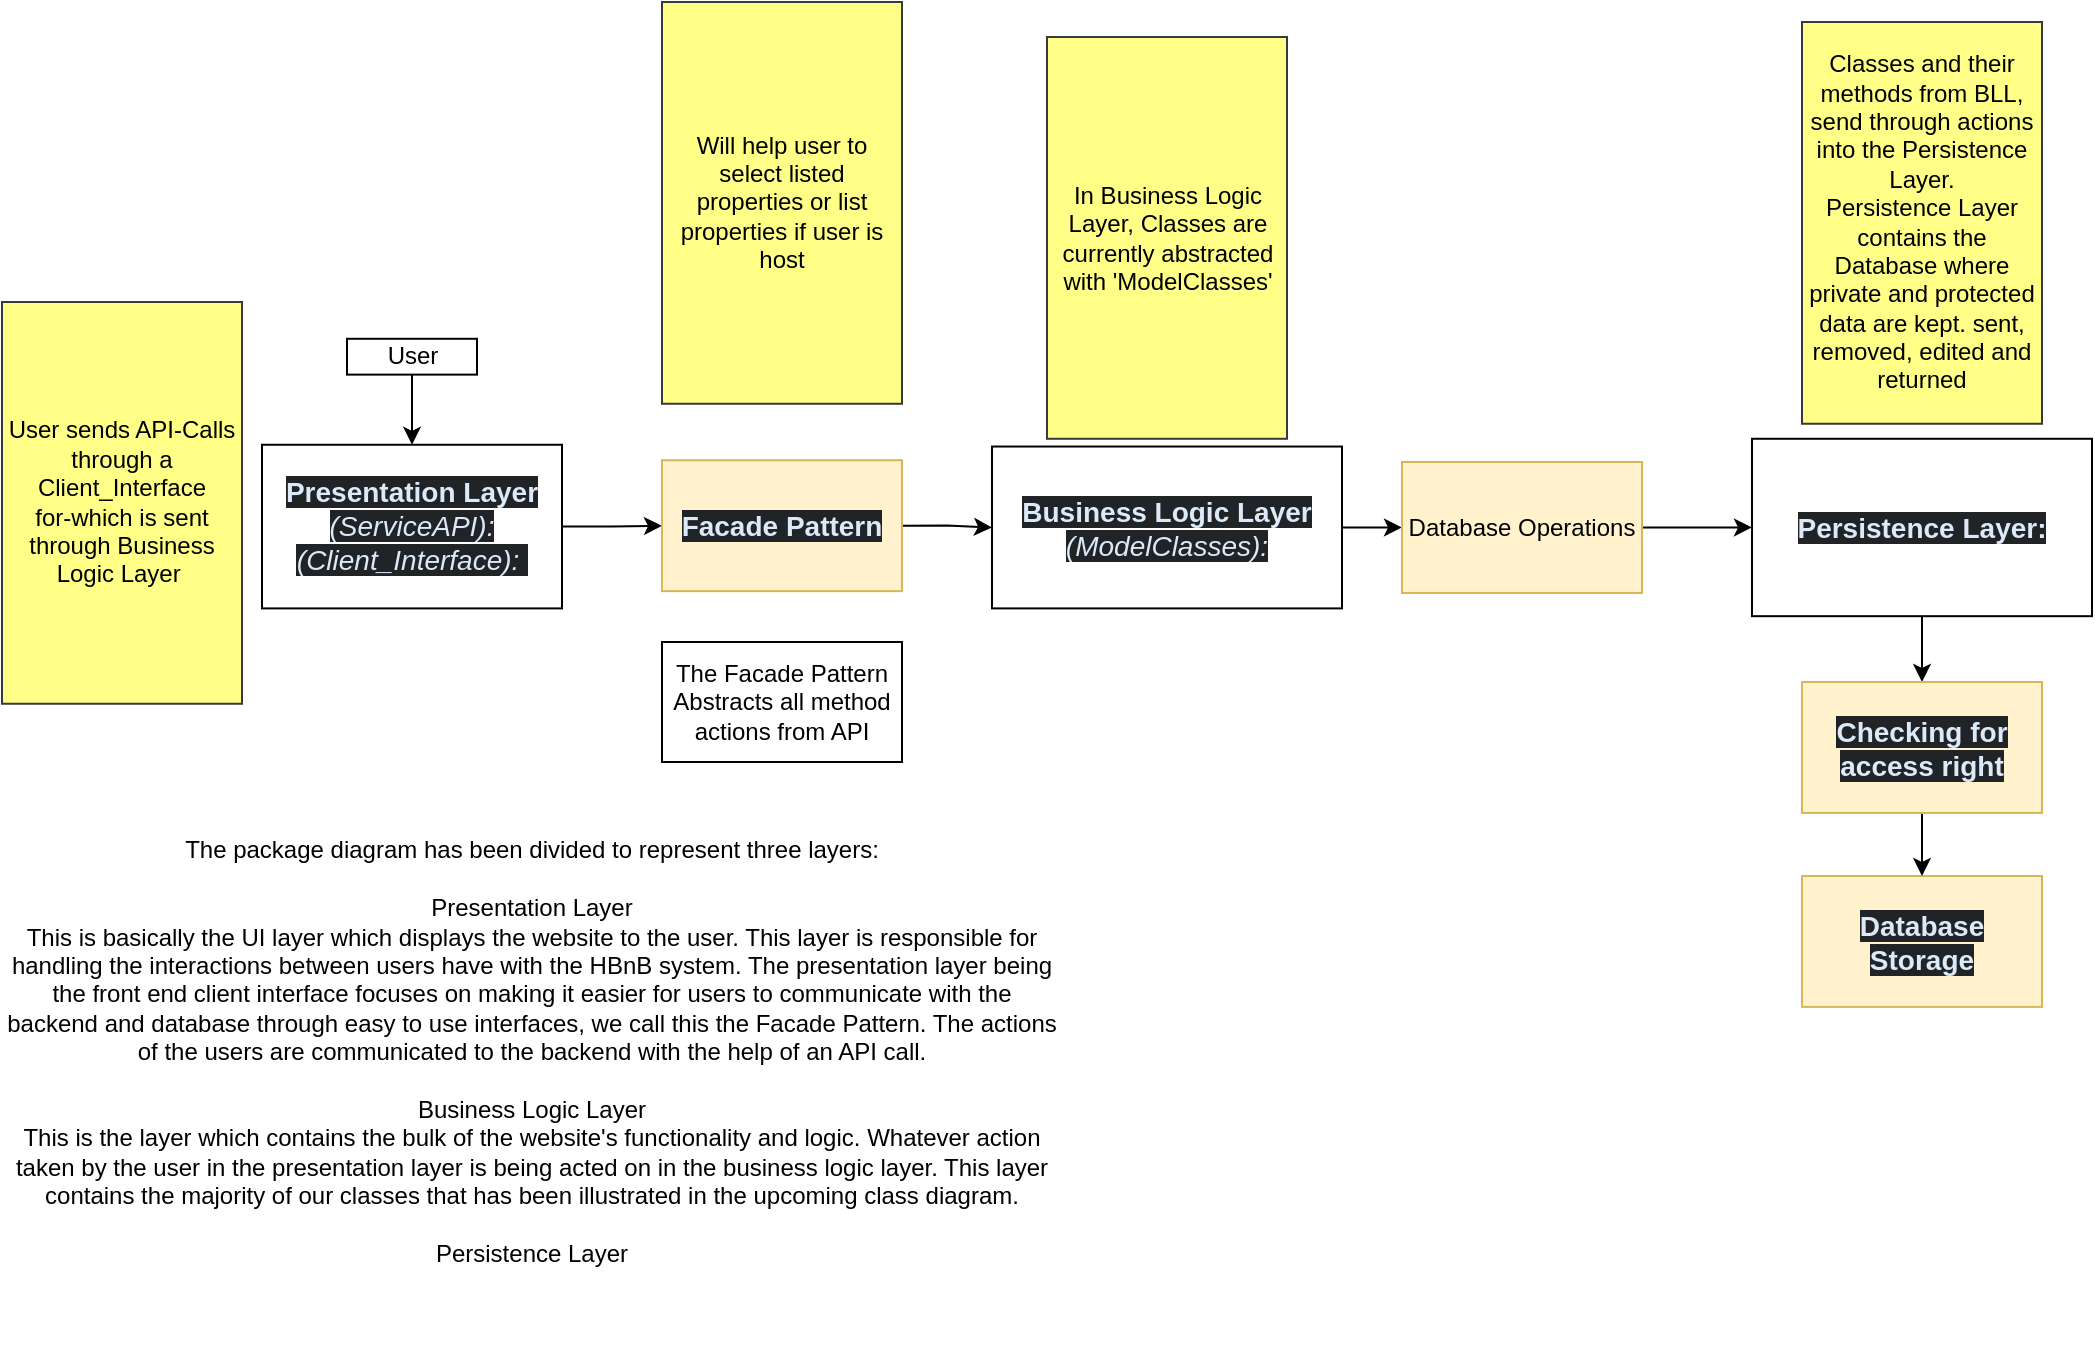
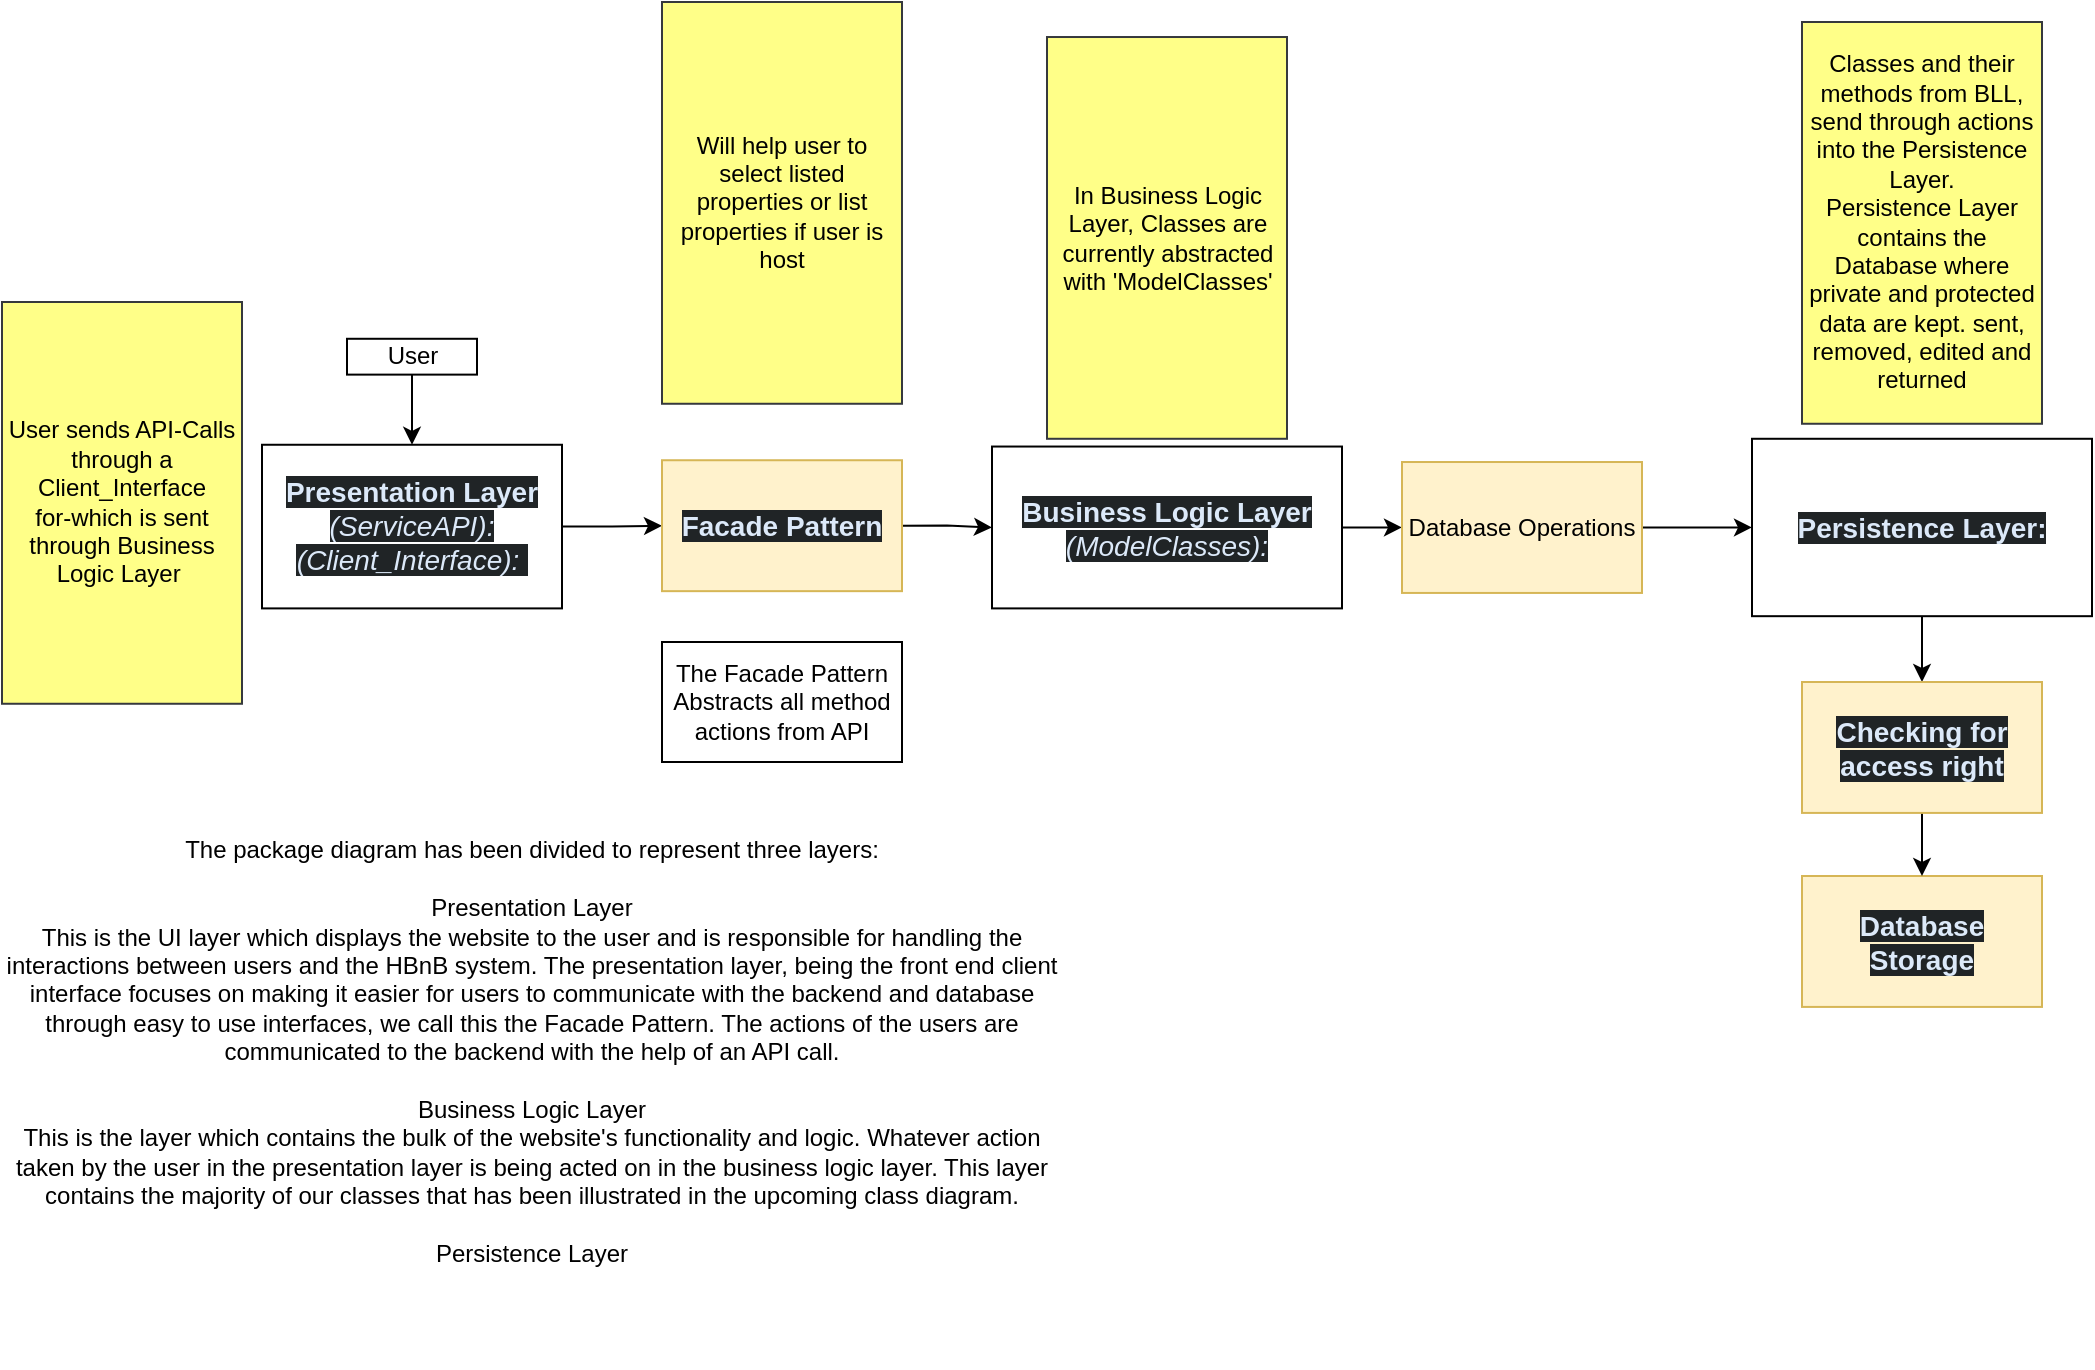
<mxfile host="app.diagrams.net">
  <diagram name="Page-1" id="2KrW7VEhyqmw7Nx4Ttr-">
-     <mxGraphModel dx="1117" dy="626" grid="1" gridSize="10" guides="1" tooltips="1" connect="1" arrows="1" fold="1" page="1" pageScale="1" pageWidth="850" pageHeight="1100" math="0" shadow="0">
+     <mxGraphModel dx="599" dy="767" grid="1" gridSize="10" guides="1" tooltips="1" connect="1" arrows="1" fold="1" page="1" pageScale="1" pageWidth="850" pageHeight="1100" math="0" shadow="0">
      <root>
        <mxCell id="0" />
        <mxCell id="1" parent="0" />
        <mxCell id="vZHe2jEZJALmbnLdjFB--106" edge="1" parent="1" source="vZHe2jEZJALmbnLdjFB--105" style="edgeStyle=orthogonalEdgeStyle;rounded=0;orthogonalLoop=1;jettySize=auto;html=1;entryX=0.5;entryY=0;entryDx=0;entryDy=0;exitX=0.5;exitY=1;exitDx=0;exitDy=0;" target="vZHe2jEZJALmbnLdjFB--6" value="">
          <mxGeometry relative="1" as="geometry">
            <mxPoint x="360" y="250" as="sourcePoint" />
          </mxGeometry>
        </mxCell>
        <mxCell id="vZHe2jEZJALmbnLdjFB--6" parent="1" style="rounded=0;whiteSpace=wrap;html=1;" value="&lt;strong style=&quot;box-sizing: border-box; font-weight: bold; scrollbar-color: rgb(95, 99, 104) rgb(49, 54, 60); color: rgb(220, 233, 249); font-family: aktiv-grotesk, sans-serif; font-size: 14px; text-align: start; background-color: rgb(32, 36, 38);&quot;&gt;Presentation Layer &lt;/strong&gt;&lt;span style=&quot;box-sizing: border-box; scrollbar-color: rgb(95, 99, 104) rgb(49, 54, 60); color: rgb(220, 233, 249); font-family: aktiv-grotesk, sans-serif; font-size: 14px; text-align: start; background-color: rgb(32, 36, 38);&quot;&gt;&lt;i&gt;(ServiceAPI):&lt;/i&gt;&lt;/span&gt;&lt;div&gt;&lt;span style=&quot;color: rgb(220, 233, 249); font-family: aktiv-grotesk, sans-serif; font-size: 14px; text-align: start; background-color: rgb(32, 36, 38);&quot;&gt;&lt;i&gt;(Client_Interface):&amp;nbsp;&lt;/i&gt;&lt;/span&gt;&lt;/div&gt;" vertex="1">
          <mxGeometry height="81.82" width="150" x="400" y="301.38" as="geometry" />
        </mxCell>
        <mxCell id="vZHe2jEZJALmbnLdjFB--8" edge="1" parent="1" source="vZHe2jEZJALmbnLdjFB--10" style="edgeStyle=orthogonalEdgeStyle;rounded=0;orthogonalLoop=1;jettySize=auto;html=1;exitX=1;exitY=0.5;exitDx=0;exitDy=0;entryX=0;entryY=0.5;entryDx=0;entryDy=0;" target="vZHe2jEZJALmbnLdjFB--39">
          <mxGeometry relative="1" as="geometry" />
        </mxCell>
        <mxCell id="vZHe2jEZJALmbnLdjFB--10" parent="1" style="rounded=0;whiteSpace=wrap;html=1;" value="&lt;span style=&quot;box-sizing: border-box; scrollbar-color: rgb(95, 99, 104) rgb(49, 54, 60); color: rgb(220, 233, 249); font-family: aktiv-grotesk, sans-serif; font-size: 14px; text-align: start; background-color: rgb(32, 36, 38);&quot;&gt;&lt;b&gt;Business Logic Layer &lt;/b&gt;&lt;i style=&quot;&quot;&gt;(ModelClasses):&lt;/i&gt;&lt;/span&gt;" vertex="1">
          <mxGeometry height="80.93" width="175" x="765" y="302.27" as="geometry" />
        </mxCell>
        <mxCell id="vZHe2jEZJALmbnLdjFB--11" edge="1" parent="1" source="vZHe2jEZJALmbnLdjFB--12" style="edgeStyle=orthogonalEdgeStyle;rounded=0;orthogonalLoop=1;jettySize=auto;html=1;exitX=0.5;exitY=1;exitDx=0;exitDy=0;entryX=0.5;entryY=0;entryDx=0;entryDy=0;" target="vZHe2jEZJALmbnLdjFB--102">
          <mxGeometry relative="1" as="geometry" />
        </mxCell>
        <mxCell id="vZHe2jEZJALmbnLdjFB--12" parent="1" style="rounded=0;whiteSpace=wrap;html=1;" value="&lt;strong style=&quot;box-sizing: border-box; font-weight: bold; scrollbar-color: rgb(95, 99, 104) rgb(49, 54, 60); color: rgb(220, 233, 249); font-family: aktiv-grotesk, sans-serif; font-size: 14px; text-align: start; background-color: rgb(32, 36, 38);&quot;&gt;Persistence Layer:&lt;/strong&gt;" vertex="1">
          <mxGeometry height="88.7" width="170" x="1145" y="298.39" as="geometry" />
        </mxCell>
        <mxCell id="vZHe2jEZJALmbnLdjFB--29" parent="1" style="rounded=0;whiteSpace=wrap;html=1;align=center;fillColor=#fff2cc;strokeColor=#d6b656;" value="&lt;div style=&quot;&quot;&gt;&lt;font color=&quot;#dce9f9&quot; face=&quot;aktiv-grotesk, sans-serif&quot;&gt;&lt;span style=&quot;font-size: 14px; background-color: rgb(32, 36, 38);&quot;&gt;&lt;b&gt;Database&lt;br&gt;Storage&lt;/b&gt;&lt;/span&gt;&lt;/font&gt;&lt;/div&gt;" vertex="1">
          <mxGeometry height="65.46" width="120" x="1170" y="517" as="geometry" />
        </mxCell>
        <mxCell id="vZHe2jEZJALmbnLdjFB--35" edge="1" parent="1" source="vZHe2jEZJALmbnLdjFB--37" style="edgeStyle=orthogonalEdgeStyle;rounded=0;orthogonalLoop=1;jettySize=auto;html=1;exitX=1;exitY=0.5;exitDx=0;exitDy=0;" target="vZHe2jEZJALmbnLdjFB--10">
          <mxGeometry relative="1" as="geometry">
            <mxPoint x="750" y="339.5700000000001" as="sourcePoint" />
          </mxGeometry>
        </mxCell>
        <mxCell id="vZHe2jEZJALmbnLdjFB--36" edge="1" parent="1" source="vZHe2jEZJALmbnLdjFB--6" style="edgeStyle=orthogonalEdgeStyle;rounded=0;orthogonalLoop=1;jettySize=auto;html=1;exitX=1;exitY=0.5;exitDx=0;exitDy=0;entryX=0;entryY=0.5;entryDx=0;entryDy=0;" target="vZHe2jEZJALmbnLdjFB--37">
          <mxGeometry relative="1" as="geometry">
            <mxPoint x="575" y="430" as="targetPoint" />
          </mxGeometry>
        </mxCell>
        <mxCell id="vZHe2jEZJALmbnLdjFB--37" parent="1" style="rounded=0;whiteSpace=wrap;html=1;align=center;fillColor=#fff2cc;strokeColor=#d6b656;" value="&lt;div style=&quot;&quot;&gt;&lt;font color=&quot;#dce9f9&quot; face=&quot;aktiv-grotesk, sans-serif&quot;&gt;&lt;span style=&quot;font-size: 14px; background-color: rgb(32, 36, 38);&quot;&gt;&lt;b&gt;Facade Pattern&lt;/b&gt;&lt;/span&gt;&lt;/font&gt;&lt;/div&gt;" vertex="1">
          <mxGeometry height="65.46" width="120" x="600" y="309.11999999999995" as="geometry" />
        </mxCell>
        <mxCell id="vZHe2jEZJALmbnLdjFB--38" edge="1" parent="1" source="vZHe2jEZJALmbnLdjFB--39" style="edgeStyle=orthogonalEdgeStyle;rounded=0;orthogonalLoop=1;jettySize=auto;html=1;exitX=1;exitY=0.5;exitDx=0;exitDy=0;entryX=0;entryY=0.5;entryDx=0;entryDy=0;" target="vZHe2jEZJALmbnLdjFB--12">
          <mxGeometry relative="1" as="geometry" />
        </mxCell>
        <mxCell id="vZHe2jEZJALmbnLdjFB--39" parent="1" style="rounded=0;whiteSpace=wrap;html=1;align=center;fillColor=#fff2cc;strokeColor=#d6b656;" value="Database Operations" vertex="1">
          <mxGeometry height="65.46" width="120" x="970" y="310.01" as="geometry" />
        </mxCell>
        <mxCell id="vZHe2jEZJALmbnLdjFB--101" edge="1" parent="1" source="vZHe2jEZJALmbnLdjFB--102" style="edgeStyle=orthogonalEdgeStyle;rounded=0;orthogonalLoop=1;jettySize=auto;html=1;exitX=0.5;exitY=1;exitDx=0;exitDy=0;entryX=0.5;entryY=0;entryDx=0;entryDy=0;" target="vZHe2jEZJALmbnLdjFB--29">
          <mxGeometry relative="1" as="geometry">
            <mxPoint x="1460" y="530" as="targetPoint" />
          </mxGeometry>
        </mxCell>
        <mxCell id="vZHe2jEZJALmbnLdjFB--102" parent="1" style="rounded=0;whiteSpace=wrap;html=1;align=center;fillColor=#fff2cc;strokeColor=#d6b656;" value="&lt;div style=&quot;&quot;&gt;&lt;font color=&quot;#dce9f9&quot; face=&quot;aktiv-grotesk, sans-serif&quot;&gt;&lt;span style=&quot;font-size: 14px; background-color: rgb(32, 36, 38);&quot;&gt;&lt;b&gt;Checking for access right&lt;/b&gt;&lt;/span&gt;&lt;/font&gt;&lt;/div&gt;" vertex="1">
          <mxGeometry height="65.46" width="120" x="1170" y="420" as="geometry" />
        </mxCell>
        <mxCell id="vZHe2jEZJALmbnLdjFB--105" parent="1" style="whiteSpace=wrap;html=1;rounded=0;" value="User" vertex="1">
          <mxGeometry height="17.92" width="65" x="442.5" y="248.39" as="geometry" />
        </mxCell>
        <mxCell id="WIsYPLuYnzwIEppj4hiX-1" parent="1" style="rounded=0;whiteSpace=wrap;html=1;fillColor=light-dark(#FFFF88,#FFFF63);strokeColor=#36393d;fontColor=light-dark(#000000,#000000);" value="User sends API-Calls through a Client_Interface&lt;br&gt;for-which is sent through Business Logic Layer&amp;nbsp;" vertex="1">
          <mxGeometry height="200.88" width="120" x="270" y="230" as="geometry" />
        </mxCell>
        <mxCell id="WIsYPLuYnzwIEppj4hiX-2" parent="1" style="rounded=0;whiteSpace=wrap;html=1;fillColor=light-dark(#FFFF88,#FFFF63);strokeColor=#36393d;fontColor=light-dark(#000000,#000000);" value="In Business Logic Layer, Classes are currently abstracted with &#39;ModelClasses&#39;" vertex="1">
          <mxGeometry height="200.88" width="120" x="792.5" y="97.51" as="geometry" />
        </mxCell>
        <mxCell id="WIsYPLuYnzwIEppj4hiX-3" parent="1" style="rounded=0;whiteSpace=wrap;html=1;fillColor=light-dark(#FFFF88,#FFFF63);strokeColor=#36393d;fontColor=light-dark(#000000,#000000);" value="Classes and their methods from BLL,&lt;br&gt;send through actions into the Persistence Layer.&lt;br&gt;Persistence Layer contains the Database where private and protected data are kept. sent, removed, edited and returned" vertex="1">
          <mxGeometry height="200.88" width="120" x="1170" y="90" as="geometry" />
        </mxCell>
        <mxCell id="WgZE8rlp9okLk8PS5iAP-1" parent="1" style="rounded=0;whiteSpace=wrap;html=1;fillColor=light-dark(#FFFF88,#FFFF63);strokeColor=#36393d;fontColor=light-dark(#000000,#000000);" value="Will help user to select listed properties or list properties if user is host" vertex="1">
          <mxGeometry height="200.88" width="120" x="600" y="80" as="geometry" />
        </mxCell>
        <mxCell id="jcnPVMmyGXToek09mdS7-1" parent="1" style="rounded=0;whiteSpace=wrap;html=1;" value="The Facade Pattern Abstracts all method actions from API" vertex="1">
          <mxGeometry height="60" width="120" x="600" y="400" as="geometry" />
        </mxCell>
-         <mxCell id="3AgvAKh3npFNZkdtQLno-1" parent="1" style="text;html=1;whiteSpace=wrap;strokeColor=none;fillColor=none;align=center;verticalAlign=middle;rounded=0;" value="The package diagram has been divided to represent three layers:&lt;br&gt;&lt;br&gt;Presentation Layer&lt;div&gt;This is basically the UI layer which displays the website to the user. This layer is responsible for handling the interactions between users have with the HBnB system. The presentation layer being the front end client interface focuses on making it easier for users to communicate with the backend and database through easy to use interfaces, we call this the Facade Pattern. The actions of the users are communicated to the backend with the help of an API cal&lt;span style=&quot;background-color: transparent; color: light-dark(rgb(0, 0, 0), rgb(255, 255, 255));&quot;&gt;l.&lt;/span&gt;&lt;/div&gt;&lt;div&gt;&lt;br&gt;Business Logic Layer&lt;div&gt;This is the layer which contains the bulk of the website&#39;s functionality and logic. Whatever action taken by the user in the presentation layer is being acted on in the business logic layer. This layer contains the majority of our classes that has been illustrated in the upcoming class diagram.&lt;/div&gt;&lt;div&gt;&lt;br&gt;&lt;/div&gt;&lt;div&gt;Persistence Layer&lt;br&gt;&lt;div&gt;&lt;br&gt;&lt;/div&gt;&lt;/div&gt;&lt;/div&gt;" vertex="1">
+         <mxCell id="3AgvAKh3npFNZkdtQLno-1" parent="1" style="text;html=1;whiteSpace=wrap;strokeColor=none;fillColor=none;align=center;verticalAlign=middle;rounded=0;" value="The package diagram has been divided to represent three layers:&lt;br&gt;&lt;br&gt;Presentation Layer&lt;div&gt;This is the UI layer which displays the website to the user and is responsible for handling the interactions between users and the HBnB system. The presentation layer, being the front end client interface focuses on making it easier for users to communicate with the backend and database through easy to use interfaces, we call this the Facade Pattern. The actions of the users are communicated to the backend with the help of an API cal&lt;span style=&quot;background-color: transparent; color: light-dark(rgb(0, 0, 0), rgb(255, 255, 255));&quot;&gt;l.&lt;/span&gt;&lt;/div&gt;&lt;div&gt;&lt;br&gt;Business Logic Layer&lt;div&gt;This is the layer which contains the bulk of the website&#39;s functionality and logic. Whatever action taken by the user in the presentation layer is being acted on in the business logic layer. This layer contains the majority of our classes that has been illustrated in the upcoming class diagram.&lt;/div&gt;&lt;div&gt;&lt;br&gt;&lt;/div&gt;&lt;div&gt;Persistence Layer&lt;br&gt;&lt;div&gt;&lt;br&gt;&lt;/div&gt;&lt;/div&gt;&lt;/div&gt;" vertex="1">
          <mxGeometry height="303" width="530" x="270" y="460" as="geometry" />
        </mxCell>
      </root>
    </mxGraphModel>
  </diagram>
</mxfile>
